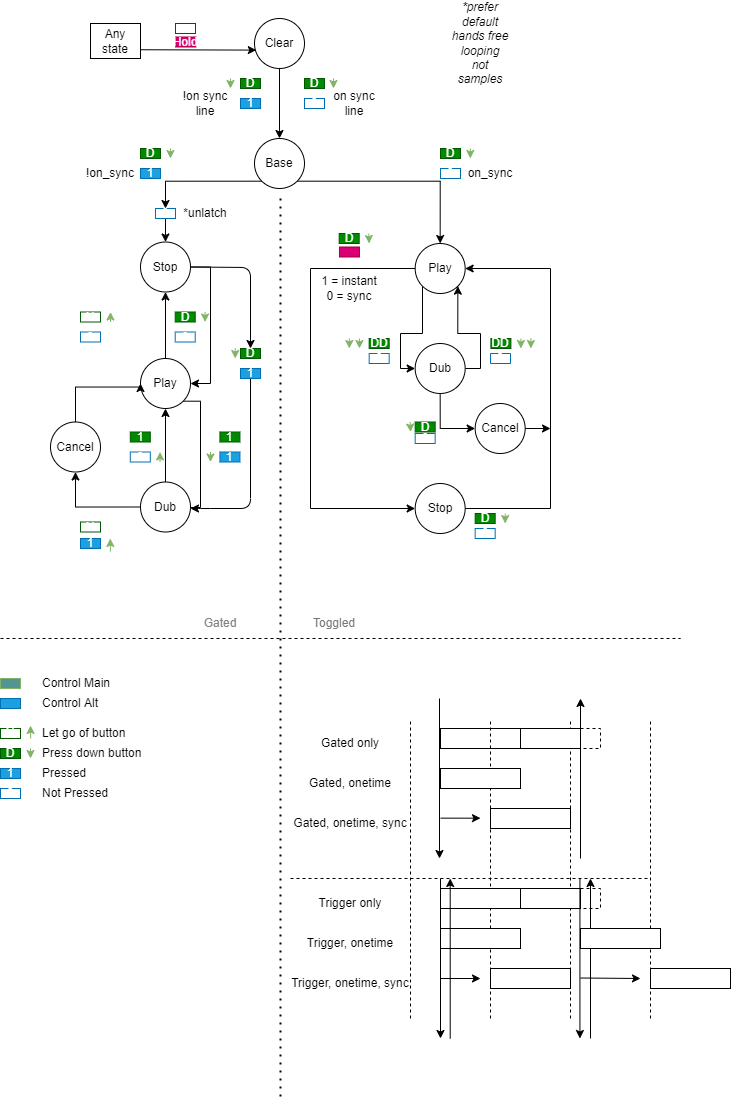
purewack/minim-pd keeps this draw.io diagram as minim_states.drawio.png. Above is the earlier version. Source tidied: cells renumbered, new cells last; positions are measured from the earlier drawing's top-left corner, leaving out a move shared by most shapes.
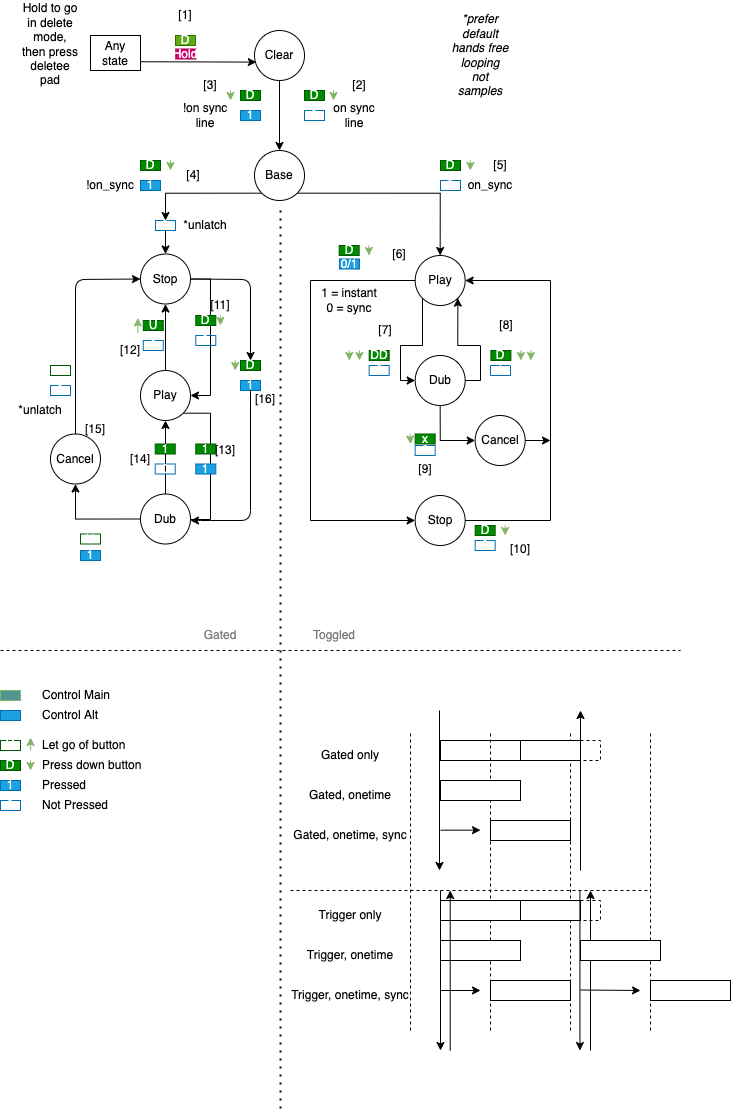
The same file after the commit.

Commit message:
[control] complete states diagram

The edit, as a diff of the source:
```diff
@@ -90,8 +90,8 @@
       <mxGeometry relative="1" as="geometry">
         <mxPoint x="190" y="489" as="targetPoint" />
         <Array as="points">
-          <mxPoint x="200" y="383" />
-          <mxPoint x="200" y="489" />
+          <mxPoint x="210" y="383" />
+          <mxPoint x="210" y="489" />
         </Array>
       </mxGeometry>
     </mxCell>
@@ -115,74 +115,47 @@
     </mxCell>
     <mxCell id="26" style="endArrow=classic;html=1;rounded=0;fillColor=#d5e8d4;strokeColor=#82b366;" parent="1" edge="1">
       <mxGeometry relative="1" as="geometry">
-        <mxPoint x="204.6" y="293.5" as="sourcePoint" />
-        <mxPoint x="204.6" y="303.5" as="targetPoint" />
+        <mxPoint x="219.9" y="285" as="sourcePoint" />
+        <mxPoint x="219.9" y="295" as="targetPoint" />
       </mxGeometry>
     </mxCell>
     <mxCell id="27" value="0" style="rounded=0;whiteSpace=wrap;html=1;fillColor=none;strokeColor=#006EAF;fontColor=#ffffff;" parent="1" vertex="1">
-      <mxGeometry x="174.7" y="313.5" width="20" height="10" as="geometry" />
+      <mxGeometry x="195.3" y="305" width="20" height="10" as="geometry" />
     </mxCell>
     <mxCell id="28" value="D" style="rounded=0;whiteSpace=wrap;html=1;fillColor=#008a00;strokeColor=#005700;fontColor=#ffffff;" parent="1" vertex="1">
-      <mxGeometry x="174.7" y="293.5" width="20" height="10" as="geometry" />
+      <mxGeometry x="195.3" y="285" width="20" height="10" as="geometry" />
     </mxCell>
-    <mxCell id="29" style="endArrow=classic;html=1;rounded=0;fillColor=#d5e8d4;strokeColor=#82b366;" parent="1" edge="1">
-      <mxGeometry relative="1" as="geometry">
-        <mxPoint x="110" y="303.5" as="sourcePoint" />
-        <mxPoint x="110" y="293.5" as="targetPoint" />
-      </mxGeometry>
-    </mxCell>
     <mxCell id="30" value="0" style="rounded=0;whiteSpace=wrap;html=1;fillColor=none;strokeColor=#006EAF;fontColor=#ffffff;" parent="1" vertex="1">
-      <mxGeometry x="80" y="313.5" width="20" height="10" as="geometry" />
+      <mxGeometry x="50" y="355" width="20" height="10" as="geometry" />
     </mxCell>
-    <mxCell id="31" value="U" style="rounded=0;whiteSpace=wrap;html=1;fillColor=none;strokeColor=#005700;fontColor=#ffffff;" parent="1" vertex="1">
-      <mxGeometry x="80" y="293.5" width="20" height="10" as="geometry" />
+    <mxCell id="31" style="rounded=0;whiteSpace=wrap;html=1;fillColor=none;strokeColor=#005700;fontColor=#ffffff;" parent="1" vertex="1">
+      <mxGeometry x="50" y="335" width="20" height="10" as="geometry" />
     </mxCell>
-    <mxCell id="32" style="edgeStyle=orthogonalEdgeStyle;rounded=0;jettySize=auto;html=1;exitX=0.5;exitY=0;exitDx=0;exitDy=0;entryX=0;entryY=0.5;entryDx=0;entryDy=0;fontColor=#080808;" parent="1" edge="1" source="33" target="20">
-      <mxGeometry relative="1" as="geometry">
-        <Array as="points">
-          <mxPoint x="75" y="368.5" />
-        </Array>
-      </mxGeometry>
-    </mxCell>
+    <mxCell id="139" style="edgeStyle=none;html=1;exitX=0.5;exitY=0;exitDx=0;exitDy=0;entryX=0;entryY=0.5;entryDx=0;entryDy=0;" parent="1" edge="1" source="33" target="9">
+      <mxGeometry relative="1" as="geometry">
+        <Array as="points">
+          <mxPoint x="75" y="249" />
+        </Array>
+      </mxGeometry>
+    </mxCell>
     <mxCell id="33" value="Cancel" style="ellipse;whiteSpace=wrap;html=1;" parent="1" vertex="1">
       <mxGeometry x="50" y="403.5" width="50" height="50" as="geometry" />
     </mxCell>
-    <mxCell id="34" style="endArrow=classic;html=1;rounded=0;fillColor=#d5e8d4;strokeColor=#82b366;" parent="1" edge="1">
-      <mxGeometry relative="1" as="geometry">
-        <mxPoint x="210" y="433.5" as="sourcePoint" />
-        <mxPoint x="210" y="443.5" as="targetPoint" />
-      </mxGeometry>
-    </mxCell>
     <mxCell id="35" value="1" style="rounded=0;whiteSpace=wrap;html=1;fillColor=#1ba1e2;strokeColor=#006EAF;fontColor=#ffffff;" parent="1" vertex="1">
-      <mxGeometry x="219.4" y="433.5" width="20" height="10" as="geometry" />
+      <mxGeometry x="195.3" y="433.5" width="20" height="10" as="geometry" />
     </mxCell>
     <mxCell id="36" value="1" style="rounded=0;whiteSpace=wrap;html=1;fillColor=#008a00;strokeColor=#005700;fontColor=#ffffff;" parent="1" vertex="1">
-      <mxGeometry x="219.4" y="413.5" width="20" height="10" as="geometry" />
+      <mxGeometry x="195.3" y="413.5" width="20" height="10" as="geometry" />
     </mxCell>
-    <mxCell id="37" style="endArrow=classic;html=1;rounded=0;fillColor=#d5e8d4;strokeColor=#82b366;" parent="1" edge="1">
-      <mxGeometry relative="1" as="geometry">
-        <mxPoint x="159.5" y="443.5" as="sourcePoint" />
-        <mxPoint x="159.5" y="433.5" as="targetPoint" />
-      </mxGeometry>
-    </mxCell>
     <mxCell id="38" value="0" style="rounded=0;whiteSpace=wrap;html=1;fillColor=none;strokeColor=#006EAF;fontColor=#ffffff;" parent="1" vertex="1">
-      <mxGeometry x="129.8" y="433.5" width="20" height="10" as="geometry" />
+      <mxGeometry x="154.7" y="433.5" width="20" height="10" as="geometry" />
     </mxCell>
     <mxCell id="39" value="&lt;font&gt;1&lt;/font&gt;" style="rounded=0;whiteSpace=wrap;html=1;fillColor=#008a00;strokeColor=#005700;fontColor=#FFFFFF;" parent="1" vertex="1">
-      <mxGeometry x="129.8" y="413.5" width="20" height="10" as="geometry" />
+      <mxGeometry x="154.7" y="413.5" width="20" height="10" as="geometry" />
     </mxCell>
     <mxCell id="40" value="U" style="rounded=0;whiteSpace=wrap;html=1;fillColor=none;strokeColor=#005700;fontColor=#ffffff;" parent="1" vertex="1">
       <mxGeometry x="80" y="503.5" width="20" height="10" as="geometry" />
     </mxCell>
-    <mxCell id="41" style="endArrow=classic;html=1;rounded=0;fillColor=#d5e8d4;strokeColor=#82b366;" parent="1" edge="1">
-      <mxGeometry relative="1" as="geometry">
-        <mxPoint x="109.9" y="533" as="sourcePoint" />
-        <mxPoint x="109.8" y="520" as="targetPoint" />
-        <Array as="points">
-          <mxPoint x="109.9" y="533" />
-        </Array>
-      </mxGeometry>
-    </mxCell>
     <mxCell id="42" value="0" style="rounded=0;whiteSpace=wrap;html=1;fillColor=none;strokeColor=#006EAF;fontColor=#ffffff;" parent="1" vertex="1">
       <mxGeometry x="440" y="150" width="20" height="10" as="geometry" />
     </mxCell>
@@ -192,10 +165,10 @@
     <mxCell id="44" value="DD" style="rounded=0;whiteSpace=wrap;html=1;fillColor=#008a00;strokeColor=#005700;fontColor=#ffffff;" parent="1" vertex="1">
       <mxGeometry x="368.7" y="320" width="20" height="10" as="geometry" />
     </mxCell>
-    <mxCell id="45" value="0" style="rounded=0;whiteSpace=wrap;html=1;fillColor=none;strokeColor=#006EAF;fontColor=#ffffff;direction=south;" parent="1" vertex="1">
+    <mxCell id="45" value="1" style="rounded=0;whiteSpace=wrap;html=1;fillColor=none;strokeColor=#006EAF;fontColor=#ffffff;direction=south;" parent="1" vertex="1">
       <mxGeometry x="490" y="335" width="20" height="10" as="geometry" />
     </mxCell>
-    <mxCell id="46" value="D" style="rounded=0;whiteSpace=wrap;html=1;fillColor=#008a00;strokeColor=#005700;fontColor=#ffffff;" parent="1" vertex="1">
+    <mxCell id="46" value="x" style="rounded=0;whiteSpace=wrap;html=1;fillColor=#008a00;strokeColor=#005700;fontColor=#ffffff;" parent="1" vertex="1">
       <mxGeometry x="414.7" y="403.5" width="20" height="10" as="geometry" />
     </mxCell>
     <mxCell id="47" value="0" style="rounded=0;whiteSpace=wrap;html=1;fillColor=none;strokeColor=#006EAF;fontColor=#ffffff;" parent="1" vertex="1">
@@ -204,7 +177,7 @@
     <mxCell id="48" value="D" style="rounded=0;whiteSpace=wrap;html=1;fillColor=#008a00;strokeColor=#005700;fontColor=#ffffff;" parent="1" vertex="1">
       <mxGeometry x="474.7" y="495" width="20" height="10" as="geometry" />
     </mxCell>
-    <mxCell id="49" style="rounded=0;whiteSpace=wrap;html=1;fillColor=#d80073;strokeColor=#A50040;fontColor=#ffffff;" parent="1" vertex="1">
+    <mxCell id="49" value="0/1" style="rounded=0;whiteSpace=wrap;html=1;fillColor=#1ba1e2;strokeColor=#006EAF;fontColor=#ffffff;" parent="1" vertex="1">
       <mxGeometry x="339" y="228.5" width="20" height="10" as="geometry" />
     </mxCell>
     <mxCell id="50" style="edgeStyle=orthogonalEdgeStyle;rounded=0;jettySize=auto;html=1;exitX=1;exitY=0.5;exitDx=0;exitDy=0;fontColor=#080808;" parent="1" edge="1" source="51">
@@ -215,7 +188,7 @@
     <mxCell id="51" value="Cancel" style="ellipse;whiteSpace=wrap;html=1;" parent="1" vertex="1">
       <mxGeometry x="474.7" y="385" width="50" height="50" as="geometry" />
     </mxCell>
-    <mxCell id="52" value="DD" style="rounded=0;whiteSpace=wrap;html=1;fillColor=#008a00;strokeColor=#005700;fontColor=#ffffff;" parent="1" vertex="1">
+    <mxCell id="52" value="D" style="rounded=0;whiteSpace=wrap;html=1;fillColor=#008a00;strokeColor=#005700;fontColor=#ffffff;" parent="1" vertex="1">
       <mxGeometry x="490.4" y="320" width="20" height="10" as="geometry" />
     </mxCell>
     <mxCell id="53" style="endArrow=none;dashed=1;html=1;dashPattern=1 3;strokeWidth=2;rounded=0;fontColor=#080808;" parent="1" edge="1">
@@ -552,7 +525,7 @@
       <mxGeometry x="155" y="190" width="20" height="10" as="geometry" />
     </mxCell>
     <mxCell id="131" value="*unlatch" style="text;html=1;strokeColor=none;fillColor=none;align=center;verticalAlign=middle;whiteSpace=wrap;rounded=0;" parent="1" vertex="1">
-      <mxGeometry x="174.7" y="180" width="60" height="30" as="geometry" />
+      <mxGeometry x="175.3" y="180" width="60" height="30" as="geometry" />
     </mxCell>
     <mxCell id="132" style="endArrow=classic;html=1;rounded=0;fillColor=#d5e8d4;strokeColor=#82b366;" parent="1" edge="1">
       <mxGeometry relative="1" as="geometry">
@@ -581,8 +554,74 @@
     <mxCell id="137" value="Hold" style="rounded=0;whiteSpace=wrap;html=1;fillColor=#d80073;strokeColor=#A50040;fontColor=#ffffff;" parent="1" vertex="1">
       <mxGeometry x="175.3" y="18.5" width="20" height="10" as="geometry" />
     </mxCell>
-    <mxCell id="138" value="x" style="rounded=0;whiteSpace=wrap;html=1;fillColor=none;strokeColor=#005700;fontColor=#ffffff;" parent="1" vertex="1">
+    <mxCell id="138" value="D" style="rounded=0;whiteSpace=wrap;html=1;fillColor=#60a917;strokeColor=#2D7600;fontColor=#ffffff;" parent="1" vertex="1">
       <mxGeometry x="175" y="5" width="20" height="10" as="geometry" />
     </mxCell>
+    <mxCell id="140" value="*unlatch" style="text;html=1;strokeColor=none;fillColor=none;align=center;verticalAlign=middle;whiteSpace=wrap;rounded=0;" parent="1" vertex="1">
+      <mxGeometry x="10" y="365" width="60" height="30" as="geometry" />
+    </mxCell>
+    <mxCell id="141" style="endArrow=classic;html=1;rounded=0;fillColor=#d5e8d4;strokeColor=#82b366;" parent="1" edge="1">
+      <mxGeometry relative="1" as="geometry">
+        <mxPoint x="137.2" y="302.5" as="sourcePoint" />
+        <mxPoint x="137.4" y="287.5" as="targetPoint" />
+      </mxGeometry>
+    </mxCell>
+    <mxCell id="142" value="0" style="rounded=0;whiteSpace=wrap;html=1;fillColor=none;strokeColor=#006EAF;fontColor=#ffffff;" parent="1" vertex="1">
+      <mxGeometry x="142.8" y="310" width="20" height="10" as="geometry" />
+    </mxCell>
+    <mxCell id="143" value="U" style="rounded=0;whiteSpace=wrap;html=1;fillColor=#008a00;strokeColor=#005700;fontColor=#ffffff;" parent="1" vertex="1">
+      <mxGeometry x="142.8" y="290" width="20" height="10" as="geometry" />
+    </mxCell>
+    <mxCell id="144" value="Hold to go in delete mode, then press deletee pad" style="text;html=1;strokeColor=none;fillColor=none;align=center;verticalAlign=middle;whiteSpace=wrap;rounded=0;" parent="1" vertex="1">
+      <mxGeometry x="20" y="-1.5" width="60" height="30" as="geometry" />
+    </mxCell>
+    <mxCell id="145" value="[1]" style="text;html=1;strokeColor=none;fillColor=none;align=center;verticalAlign=middle;whiteSpace=wrap;rounded=0;" parent="1" vertex="1">
+      <mxGeometry x="155.3" y="-30" width="60" height="30" as="geometry" />
+    </mxCell>
+    <mxCell id="146" value="[2]" style="text;html=1;strokeColor=none;fillColor=none;align=center;verticalAlign=middle;whiteSpace=wrap;rounded=0;" parent="1" vertex="1">
+      <mxGeometry x="328.7" y="40" width="60" height="30" as="geometry" />
+    </mxCell>
+    <mxCell id="147" value="[3]" style="text;html=1;strokeColor=none;fillColor=none;align=center;verticalAlign=middle;whiteSpace=wrap;rounded=0;" parent="1" vertex="1">
+      <mxGeometry x="180" y="40" width="60" height="30" as="geometry" />
+    </mxCell>
+    <mxCell id="148" value="[4]" style="text;html=1;strokeColor=none;fillColor=none;align=center;verticalAlign=middle;whiteSpace=wrap;rounded=0;" parent="1" vertex="1">
+      <mxGeometry x="162.8" y="130" width="60" height="30" as="geometry" />
+    </mxCell>
+    <mxCell id="149" value="[5]" style="text;html=1;strokeColor=none;fillColor=none;align=center;verticalAlign=middle;whiteSpace=wrap;rounded=0;" parent="1" vertex="1">
+      <mxGeometry x="469.7" y="120" width="60" height="30" as="geometry" />
+    </mxCell>
+    <mxCell id="150" value="[6]" style="text;html=1;strokeColor=none;fillColor=none;align=center;verticalAlign=middle;whiteSpace=wrap;rounded=0;" parent="1" vertex="1">
+      <mxGeometry x="368.7" y="208.5" width="60" height="30" as="geometry" />
+    </mxCell>
+    <mxCell id="151" value="[7]" style="text;html=1;strokeColor=none;fillColor=none;align=center;verticalAlign=middle;whiteSpace=wrap;rounded=0;" parent="1" vertex="1">
+      <mxGeometry x="354.7" y="285" width="60" height="30" as="geometry" />
+    </mxCell>
+    <mxCell id="152" value="[8]" style="text;html=1;strokeColor=none;fillColor=none;align=center;verticalAlign=middle;whiteSpace=wrap;rounded=0;" parent="1" vertex="1">
+      <mxGeometry x="475.7" y="280" width="60" height="30" as="geometry" />
+    </mxCell>
+    <mxCell id="153" value="[9]" style="text;html=1;strokeColor=none;fillColor=none;align=center;verticalAlign=middle;whiteSpace=wrap;rounded=0;" parent="1" vertex="1">
+      <mxGeometry x="394.7" y="423.5" width="60" height="30" as="geometry" />
+    </mxCell>
+    <mxCell id="154" value="[10]" style="text;html=1;strokeColor=none;fillColor=none;align=center;verticalAlign=middle;whiteSpace=wrap;rounded=0;" parent="1" vertex="1">
+      <mxGeometry x="490" y="503.5" width="60" height="30" as="geometry" />
+    </mxCell>
+    <mxCell id="155" value="[11]" style="text;html=1;strokeColor=none;fillColor=none;align=center;verticalAlign=middle;whiteSpace=wrap;rounded=0;" parent="1" vertex="1">
+      <mxGeometry x="190" y="260" width="60" height="30" as="geometry" />
+    </mxCell>
+    <mxCell id="156" value="[12]" style="text;html=1;strokeColor=none;fillColor=none;align=center;verticalAlign=middle;whiteSpace=wrap;rounded=0;" parent="1" vertex="1">
+      <mxGeometry x="100" y="305" width="60" height="30" as="geometry" />
+    </mxCell>
+    <mxCell id="157" value="[13]" style="text;html=1;strokeColor=none;fillColor=none;align=center;verticalAlign=middle;whiteSpace=wrap;rounded=0;" parent="1" vertex="1">
+      <mxGeometry x="195.3" y="405" width="60" height="30" as="geometry" />
+    </mxCell>
+    <mxCell id="158" value="[14]" style="text;html=1;strokeColor=none;fillColor=none;align=center;verticalAlign=middle;whiteSpace=wrap;rounded=0;" parent="1" vertex="1">
+      <mxGeometry x="110" y="413.5" width="60" height="30" as="geometry" />
+    </mxCell>
+    <mxCell id="159" value="[15]" style="text;html=1;strokeColor=none;fillColor=none;align=center;verticalAlign=middle;whiteSpace=wrap;rounded=0;" parent="1" vertex="1">
+      <mxGeometry x="65" y="383.5" width="60" height="30" as="geometry" />
+    </mxCell>
+    <mxCell id="160" value="[16]" style="text;html=1;strokeColor=none;fillColor=none;align=center;verticalAlign=middle;whiteSpace=wrap;rounded=0;" parent="1" vertex="1">
+      <mxGeometry x="235.3" y="353.5" width="60" height="30" as="geometry" />
+    </mxCell>
   </root>
 </mxGraphModel>
```
